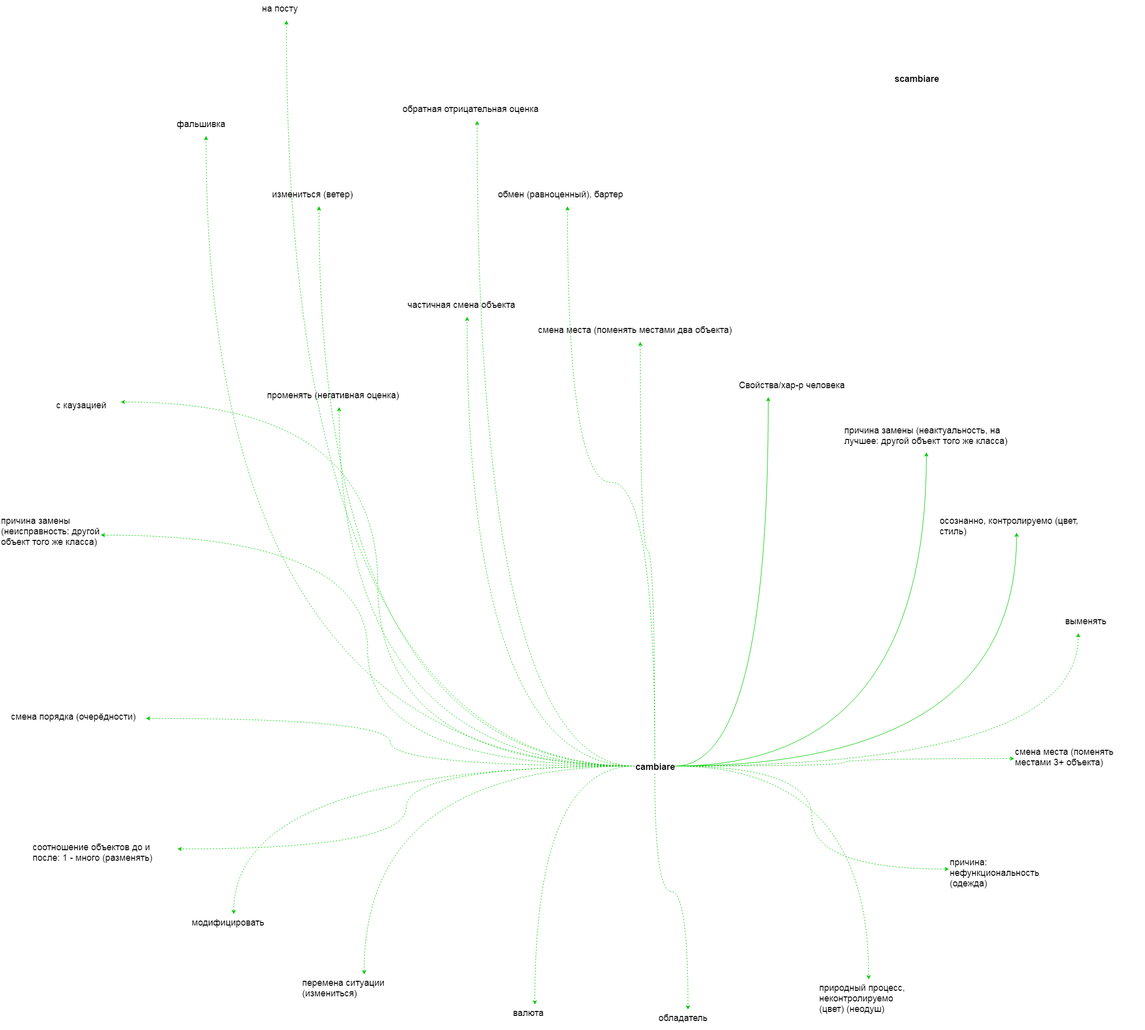
JanaKoko/try keeps this draw.io diagram as итал.png. Above is the earlier version. Source tidied: cells renumbered, new cells last; positions are measured from the earlier drawing's top-left corner, leaving out a move shared by most shapes.
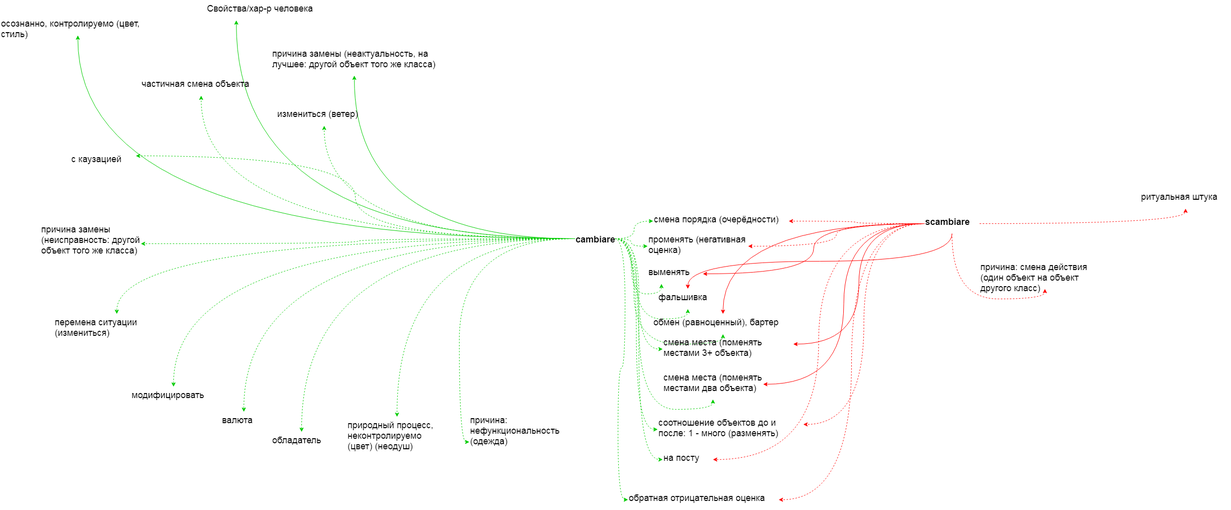
Above is the later version.

Diff of the diagram source:
```diff
@@ -17,7 +17,7 @@
     <mxCell id="6" style="edgeStyle=orthogonalEdgeStyle;curved=1;rounded=0;jettySize=auto;html=1;entryX=0.5;entryY=1;entryDx=0;entryDy=0;dashed=1;fontSize=18;strokeColor=#00CC00;" parent="1" edge="1" source="25" target="40">
       <mxGeometry relative="1" as="geometry" />
     </mxCell>
-    <mxCell id="7" style="edgeStyle=orthogonalEdgeStyle;curved=1;rounded=0;jettySize=auto;html=1;entryX=0.5;entryY=1;entryDx=0;entryDy=0;dashed=1;fontSize=18;strokeColor=#00CC00;" parent="1" edge="1" source="25" target="47">
+    <mxCell id="7" style="edgeStyle=orthogonalEdgeStyle;curved=1;rounded=0;jettySize=auto;html=1;entryX=0;entryY=0.5;entryDx=0;entryDy=0;dashed=1;fontSize=18;strokeColor=#00CC00;" parent="1" edge="1" source="25" target="47">
       <mxGeometry relative="1" as="geometry" />
     </mxCell>
     <mxCell id="8" style="edgeStyle=orthogonalEdgeStyle;curved=1;rounded=0;jettySize=auto;html=1;entryX=1;entryY=0.25;entryDx=0;entryDy=0;dashed=1;fontSize=18;strokeColor=#00CC00;" parent="1" edge="1" source="25" target="48">
@@ -26,10 +26,10 @@
     <mxCell id="9" style="edgeStyle=orthogonalEdgeStyle;curved=1;rounded=0;jettySize=auto;html=1;entryX=1;entryY=0.5;entryDx=0;entryDy=0;dashed=1;fontSize=18;strokeColor=#00CC00;" parent="1" edge="1" source="25" target="39">
       <mxGeometry relative="1" as="geometry" />
     </mxCell>
-    <mxCell id="10" style="edgeStyle=orthogonalEdgeStyle;curved=1;rounded=0;jettySize=auto;html=1;entryX=1;entryY=0.5;entryDx=0;entryDy=0;dashed=1;fontSize=18;strokeColor=#00CC00;" parent="1" edge="1" source="25" target="38">
+    <mxCell id="10" style="edgeStyle=orthogonalEdgeStyle;curved=1;rounded=0;jettySize=auto;html=1;entryX=0;entryY=0.5;entryDx=0;entryDy=0;dashed=1;fontSize=18;strokeColor=#00CC00;" parent="1" edge="1" source="25" target="38">
       <mxGeometry relative="1" as="geometry" />
     </mxCell>
-    <mxCell id="11" style="edgeStyle=orthogonalEdgeStyle;curved=1;rounded=0;jettySize=auto;html=1;entryX=1;entryY=0.5;entryDx=0;entryDy=0;dashed=1;fontSize=18;strokeColor=#00CC00;" parent="1" edge="1" source="25" target="37">
+    <mxCell id="11" style="edgeStyle=orthogonalEdgeStyle;curved=1;rounded=0;jettySize=auto;html=1;entryX=0;entryY=0.75;entryDx=0;entryDy=0;dashed=1;fontSize=18;strokeColor=#00CC00;" parent="1" edge="1" source="25" target="37">
       <mxGeometry relative="1" as="geometry" />
     </mxCell>
     <mxCell id="12" style="edgeStyle=orthogonalEdgeStyle;curved=1;rounded=0;jettySize=auto;html=1;entryX=0.5;entryY=0;entryDx=0;entryDy=0;dashed=1;fontSize=18;strokeColor=#00CC00;" parent="1" edge="1" source="25" target="34">
@@ -47,7 +47,7 @@
     <mxCell id="16" style="edgeStyle=orthogonalEdgeStyle;curved=1;rounded=0;jettySize=auto;html=1;dashed=1;fontSize=18;strokeColor=#00CC00;" parent="1" edge="1" source="25" target="32">
       <mxGeometry relative="1" as="geometry" />
     </mxCell>
-    <mxCell id="17" style="edgeStyle=orthogonalEdgeStyle;curved=1;rounded=0;jettySize=auto;html=1;entryX=0;entryY=0.75;entryDx=0;entryDy=0;dashed=1;fontSize=18;strokeColor=#00CC00;" parent="1" edge="1" source="25" target="31">
+    <mxCell id="17" style="edgeStyle=orthogonalEdgeStyle;curved=1;rounded=0;jettySize=auto;html=1;entryX=0;entryY=0.75;entryDx=0;entryDy=0;dashed=1;fontSize=18;strokeColor=#00CC00;exitX=0;exitY=0.5;exitDx=0;exitDy=0;" parent="1" edge="1" source="25" target="31">
       <mxGeometry relative="1" as="geometry" />
     </mxCell>
     <mxCell id="18" style="edgeStyle=orthogonalEdgeStyle;curved=1;rounded=0;jettySize=auto;html=1;entryX=0;entryY=0.75;entryDx=0;entryDy=0;dashed=1;fontSize=18;strokeColor=#00CC00;" parent="1" edge="1" source="25" target="30">
@@ -62,89 +62,131 @@
     <mxCell id="21" style="edgeStyle=orthogonalEdgeStyle;curved=1;rounded=0;jettySize=auto;html=1;entryX=0.5;entryY=1;entryDx=0;entryDy=0;dashed=1;strokeColor=#00CC00;fontSize=18;" parent="1" edge="1" source="25" target="41">
       <mxGeometry relative="1" as="geometry" />
     </mxCell>
-    <mxCell id="22" style="edgeStyle=orthogonalEdgeStyle;curved=1;rounded=0;jettySize=auto;html=1;entryX=0.5;entryY=1;entryDx=0;entryDy=0;dashed=1;strokeColor=#00CC00;fontSize=18;" parent="1" edge="1" source="25" target="43">
+    <mxCell id="22" style="edgeStyle=orthogonalEdgeStyle;curved=1;rounded=0;jettySize=auto;html=1;entryX=0;entryY=0.5;entryDx=0;entryDy=0;dashed=1;strokeColor=#00CC00;fontSize=18;" parent="1" edge="1" source="25" target="43">
       <mxGeometry relative="1" as="geometry" />
     </mxCell>
     <mxCell id="23" style="edgeStyle=orthogonalEdgeStyle;curved=1;rounded=0;jettySize=auto;html=1;entryX=0.5;entryY=1;entryDx=0;entryDy=0;dashed=1;strokeColor=#00CC00;fontSize=18;" parent="1" edge="1" source="25" target="42">
       <mxGeometry relative="1" as="geometry" />
     </mxCell>
-    <mxCell id="24" style="edgeStyle=orthogonalEdgeStyle;curved=1;rounded=0;jettySize=auto;html=1;entryX=0.5;entryY=1;entryDx=0;entryDy=0;dashed=1;strokeColor=#00CC00;fontSize=18;" parent="1" edge="1" source="25" target="44">
+    <mxCell id="24" style="edgeStyle=orthogonalEdgeStyle;curved=1;rounded=0;jettySize=auto;html=1;entryX=0;entryY=0.5;entryDx=0;entryDy=0;dashed=1;strokeColor=#00CC00;fontSize=18;" parent="1" edge="1" source="25" target="44">
       <mxGeometry relative="1" as="geometry" />
     </mxCell>
     <mxCell id="25" value="cambiare" style="text;whiteSpace=wrap;html=1;fontSize=18;fontStyle=1;" parent="1" vertex="1">
       <mxGeometry x="1264" y="1510" width="80" height="30" as="geometry" />
     </mxCell>
     <mxCell id="26" value="Свойства/хар-р человека" style="text;whiteSpace=wrap;html=1;fontSize=18;" parent="1" vertex="1">
-      <mxGeometry x="1470" y="750" width="240" height="40" as="geometry" />
+      <mxGeometry x="530" y="1050" width="240" height="40" as="geometry" />
     </mxCell>
     <mxCell id="27" value="причина замены (неактуальность, на лучшее: другой объект того же класса)" style="text;whiteSpace=wrap;html=1;fontSize=18;" parent="1" vertex="1">
-      <mxGeometry x="1680" y="840" width="330" height="60" as="geometry" />
+      <mxGeometry x="660" y="1140" width="330" height="60" as="geometry" />
     </mxCell>
     <mxCell id="28" value="осознанно, контролируемо (цвет, стиль)" style="text;whiteSpace=wrap;html=1;fontSize=18;" parent="1" vertex="1">
-      <mxGeometry x="1870" y="1020" width="309" height="40" as="geometry" />
+      <mxGeometry x="120" y="1080" width="309" height="40" as="geometry" />
     </mxCell>
     <mxCell id="29" value="выменять" style="text;whiteSpace=wrap;html=1;fontSize=18;" parent="1" vertex="1">
-      <mxGeometry x="2120" y="1220" width="110" height="40" as="geometry" />
+      <mxGeometry x="1409" y="1575" width="110" height="40" as="geometry" />
     </mxCell>
     <mxCell id="30" value="смена места (поменять местами 3+ объекта)" style="text;whiteSpace=wrap;html=1;fontSize=18;" parent="1" vertex="1">
-      <mxGeometry x="2020" y="1480" width="260" height="40" as="geometry" />
+      <mxGeometry x="1439" y="1715" width="260" height="40" as="geometry" />
     </mxCell>
     <mxCell id="31" value="причина: нефункциональность (одежда)" style="text;whiteSpace=wrap;html=1;fontSize=18;" parent="1" vertex="1">
-      <mxGeometry x="1890" y="1700" width="250" height="40" as="geometry" />
+      <mxGeometry x="1054" y="1870" width="250" height="80" as="geometry" />
     </mxCell>
     <mxCell id="32" value="природный процесс, неконтролируемо (цвет) (неодуш)" style="text;whiteSpace=wrap;html=1;fontSize=18;" parent="1" vertex="1">
-      <mxGeometry x="1630" y="1950" width="200" height="90" as="geometry" />
+      <mxGeometry x="810" y="1880" width="200" height="90" as="geometry" />
     </mxCell>
     <mxCell id="33" value="обладатель" style="text;whiteSpace=wrap;html=1;fontSize=18;" parent="1" vertex="1">
-      <mxGeometry x="1310" y="2010" width="120" height="40" as="geometry" />
+      <mxGeometry x="660" y="1910" width="120" height="40" as="geometry" />
     </mxCell>
     <mxCell id="34" value="валюта" style="text;whiteSpace=wrap;html=1;fontSize=18;" parent="1" vertex="1">
-      <mxGeometry x="1020" y="2000" width="90" height="40" as="geometry" />
+      <mxGeometry x="560" y="1870" width="90" height="40" as="geometry" />
     </mxCell>
     <mxCell id="35" value="перемена ситуации (измениться)" style="text;whiteSpace=wrap;html=1;fontSize=18;" parent="1" vertex="1">
-      <mxGeometry x="600" y="1940" width="250" height="40" as="geometry" />
+      <mxGeometry x="227" y="1675" width="250" height="40" as="geometry" />
     </mxCell>
     <mxCell id="36" value="модифицировать" style="text;whiteSpace=wrap;html=1;fontSize=18;" parent="1" vertex="1">
       <mxGeometry x="380" y="1820" width="170" height="40" as="geometry" />
     </mxCell>
     <mxCell id="37" value="соотношение объектов до и после: 1 - много (разменять)" style="text;whiteSpace=wrap;html=1;fontSize=18;" parent="1" vertex="1">
-      <mxGeometry x="63" y="1670" width="290" height="40" as="geometry" />
+      <mxGeometry x="1429" y="1875" width="290" height="40" as="geometry" />
     </mxCell>
     <mxCell id="38" value="смена порядка (очерёдности)" style="text;whiteSpace=wrap;html=1;fontSize=18;" parent="1" vertex="1">
-      <mxGeometry x="20" y="1410" width="270" height="40" as="geometry" />
+      <mxGeometry x="1420" y="1470" width="270" height="40" as="geometry" />
     </mxCell>
     <mxCell id="39" value="причина замены (неисправность: другой объект того же класса)" style="text;whiteSpace=wrap;html=1;fontSize=18;" parent="1" vertex="1">
-      <mxGeometry y="1020" width="200" height="90" as="geometry" />
+      <mxGeometry x="200" y="1490" width="200" height="90" as="geometry" />
     </mxCell>
     <mxCell id="40" value="частичная смена объекта" style="text;whiteSpace=wrap;html=1;fontSize=18;" parent="1" vertex="1">
-      <mxGeometry x="810" y="590" width="240" height="40" as="geometry" />
+      <mxGeometry x="400" y="1200" width="240" height="40" as="geometry" />
     </mxCell>
     <mxCell id="41" value="измениться (ветер)" style="text;whiteSpace=wrap;html=1;fontSize=18;" parent="1" vertex="1">
-      <mxGeometry x="540" y="370" width="190" height="40" as="geometry" />
+      <mxGeometry x="670" y="1260" width="190" height="40" as="geometry" />
     </mxCell>
     <mxCell id="42" value="фальшивка" style="text;whiteSpace=wrap;html=1;fontSize=18;" parent="1" vertex="1">
-      <mxGeometry x="350" y="230" width="120" height="40" as="geometry" />
+      <mxGeometry x="1429" y="1625" width="120" height="40" as="geometry" />
     </mxCell>
     <mxCell id="43" value="обратная отрицательная оценка" style="text;whiteSpace=wrap;html=1;fontSize=18;" parent="1" vertex="1">
-      <mxGeometry x="800" y="200" width="300" height="40" as="geometry" />
+      <mxGeometry x="1370" y="2025" width="300" height="40" as="geometry" />
     </mxCell>
     <mxCell id="44" value="на посту" style="text;whiteSpace=wrap;html=1;fontSize=18;" parent="1" vertex="1">
-      <mxGeometry x="520" width="100" height="40" as="geometry" />
+      <mxGeometry x="1439" y="1945" width="100" height="40" as="geometry" />
     </mxCell>
     <mxCell id="45" value="обмен (равноценный), бартер" style="text;whiteSpace=wrap;html=1;fontSize=18;" parent="1" vertex="1">
-      <mxGeometry x="990" y="370" width="280" height="40" as="geometry" />
+      <mxGeometry x="1419" y="1675" width="280" height="40" as="geometry" />
     </mxCell>
-    <mxCell id="46" value="смена места (поменять местами два объекта)" style="text;whiteSpace=wrap;html=1;fontSize=18;" parent="1" vertex="1">
-      <mxGeometry x="1070" y="640" width="410" height="40" as="geometry" />
-    </mxCell>
     <mxCell id="47" value="променять (негативная оценка)" style="text;whiteSpace=wrap;html=1;fontSize=18;" parent="1" vertex="1">
-      <mxGeometry x="530" y="770" width="290" height="40" as="geometry" />
+      <mxGeometry x="1409" y="1510" width="200" height="60" as="geometry" />
     </mxCell>
     <mxCell id="48" value="с каузацией" style="text;whiteSpace=wrap;html=1;fontSize=18;" parent="1" vertex="1">
-      <mxGeometry x="110" y="790" width="130" height="40" as="geometry" />
+      <mxGeometry x="260" y="1350" width="130" height="40" as="geometry" />
     </mxCell>
+    <mxCell id="50" style="edgeStyle=orthogonalEdgeStyle;curved=1;rounded=0;jettySize=auto;html=1;entryX=1;entryY=0.5;entryDx=0;entryDy=0;strokeColor=#FF0000;fontSize=18;" parent="1" edge="1" source="49" target="30">
+      <mxGeometry relative="1" as="geometry" />
+    </mxCell>
+    <mxCell id="51" style="edgeStyle=orthogonalEdgeStyle;curved=1;rounded=0;jettySize=auto;html=1;exitX=0.5;exitY=1;exitDx=0;exitDy=0;entryX=0.5;entryY=0;entryDx=0;entryDy=0;strokeColor=#FF0000;fontSize=18;" parent="1" edge="1" source="49" target="42">
+      <mxGeometry relative="1" as="geometry" />
+    </mxCell>
+    <mxCell id="52" style="edgeStyle=orthogonalEdgeStyle;curved=1;rounded=0;jettySize=auto;html=1;entryX=1;entryY=0.5;entryDx=0;entryDy=0;strokeColor=#FF0000;fontSize=18;" parent="1" edge="1" source="49" target="29">
+      <mxGeometry relative="1" as="geometry" />
+    </mxCell>
+    <mxCell id="53" style="edgeStyle=orthogonalEdgeStyle;curved=1;rounded=0;jettySize=auto;html=1;entryX=1;entryY=0.5;entryDx=0;entryDy=0;strokeColor=#FF0000;fontSize=18;" parent="1" edge="1" source="49" target="46">
+      <mxGeometry relative="1" as="geometry" />
+    </mxCell>
+    <mxCell id="54" style="edgeStyle=orthogonalEdgeStyle;curved=1;rounded=0;jettySize=auto;html=1;strokeColor=#FF0000;fontSize=18;" parent="1" edge="1" source="49" target="45">
+      <mxGeometry relative="1" as="geometry" />
+    </mxCell>
+    <mxCell id="55" style="edgeStyle=orthogonalEdgeStyle;curved=1;rounded=0;jettySize=auto;html=1;entryX=0.5;entryY=1;entryDx=0;entryDy=0;strokeColor=#FF0000;fontSize=18;dashed=1;" parent="1" edge="1" source="49" target="62">
+      <mxGeometry relative="1" as="geometry" />
+    </mxCell>
+    <mxCell id="56" style="edgeStyle=orthogonalEdgeStyle;curved=1;rounded=0;jettySize=auto;html=1;entryX=0.5;entryY=1;entryDx=0;entryDy=0;dashed=1;strokeColor=#FF0000;fontSize=18;" parent="1" edge="1" source="49" target="63">
+      <mxGeometry relative="1" as="geometry" />
+    </mxCell>
+    <mxCell id="57" style="edgeStyle=orthogonalEdgeStyle;curved=1;rounded=0;jettySize=auto;html=1;dashed=1;strokeColor=#FF0000;fontSize=18;entryX=1;entryY=0.5;entryDx=0;entryDy=0;" parent="1" edge="1" source="49" target="37">
+      <mxGeometry relative="1" as="geometry" />
+    </mxCell>
+    <mxCell id="58" style="edgeStyle=orthogonalEdgeStyle;curved=1;rounded=0;jettySize=auto;html=1;entryX=1;entryY=0.5;entryDx=0;entryDy=0;dashed=1;strokeColor=#FF0000;fontSize=18;" parent="1" edge="1" source="49" target="38">
+      <mxGeometry relative="1" as="geometry" />
+    </mxCell>
+    <mxCell id="59" style="edgeStyle=orthogonalEdgeStyle;curved=1;rounded=0;jettySize=auto;html=1;entryX=1;entryY=0.5;entryDx=0;entryDy=0;dashed=1;strokeColor=#FF0000;fontSize=18;" parent="1" edge="1" source="49" target="44">
+      <mxGeometry relative="1" as="geometry" />
+    </mxCell>
+    <mxCell id="60" style="edgeStyle=orthogonalEdgeStyle;curved=1;rounded=0;jettySize=auto;html=1;entryX=1;entryY=0.5;entryDx=0;entryDy=0;dashed=1;strokeColor=#FF0000;fontSize=18;" parent="1" edge="1" source="49" target="43">
+      <mxGeometry relative="1" as="geometry" />
+    </mxCell>
+    <mxCell id="61" style="edgeStyle=orthogonalEdgeStyle;curved=1;rounded=0;jettySize=auto;html=1;entryX=1;entryY=0.5;entryDx=0;entryDy=0;dashed=1;strokeColor=#FF0000;fontSize=18;" parent="1" edge="1" source="49" target="47">
+      <mxGeometry relative="1" as="geometry" />
+    </mxCell>
     <mxCell id="49" value="scambiare" style="text;whiteSpace=wrap;html=1;fontSize=18;fontStyle=1;" parent="1" vertex="1">
-      <mxGeometry x="1780" y="140" width="110" height="40" as="geometry" />
+      <mxGeometry x="1960" y="1475" width="110" height="40" as="geometry" />
     </mxCell>
+    <mxCell id="62" value="ритуальная штука" style="text;whiteSpace=wrap;html=1;fontSize=18;" parent="1" vertex="1">
+      <mxGeometry x="2390" y="1425" width="180" height="40" as="geometry" />
+    </mxCell>
+    <mxCell id="63" value="причина: смена действия (один объект на объект другого класс)" style="text;whiteSpace=wrap;html=1;fontSize=18;" parent="1" vertex="1">
+      <mxGeometry x="2070" y="1565" width="260" height="60" as="geometry" />
+    </mxCell>
+    <mxCell id="46" value="смена места (поменять местами два объекта)" style="text;whiteSpace=wrap;html=1;fontSize=18;" parent="1" vertex="1">
+      <mxGeometry x="1439" y="1785" width="200" height="60" as="geometry" />
+    </mxCell>
   </root>
 </mxGraphModel>
```
